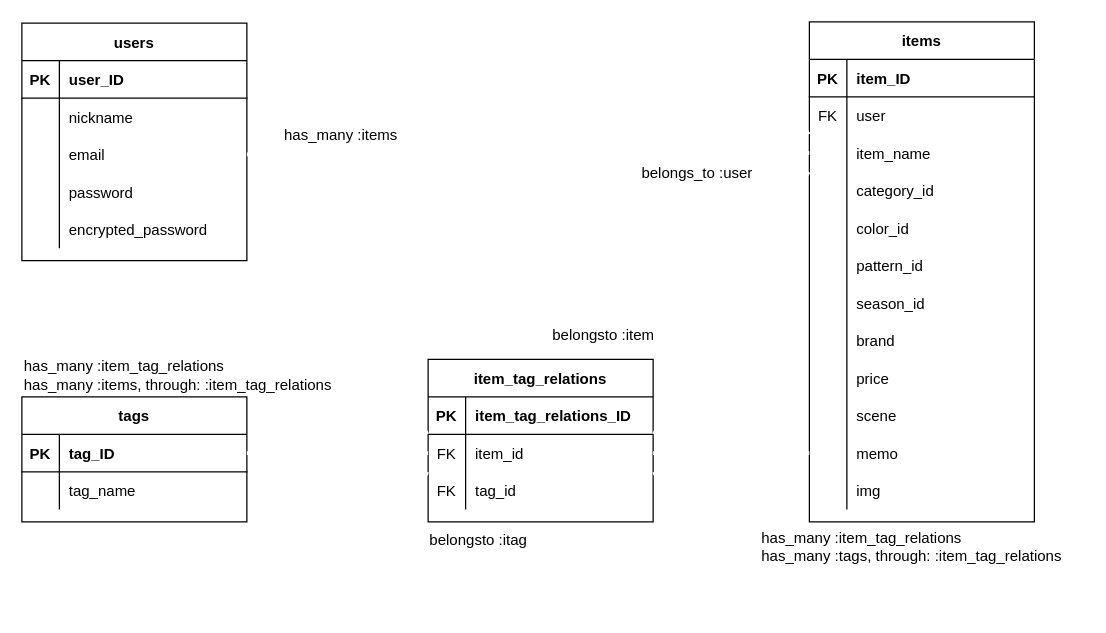
Earlier version of the draw.io diagram er.dio (kogajun/up-clo). Source tidied: cells renumbered, new cells numbered last; positions are measured from the earlier drawing's top-left corner, leaving out a move shared by most shapes. Both pictures are drawn from the tidied source at 125%, with x=0, y=0 at pixel (21, 21).
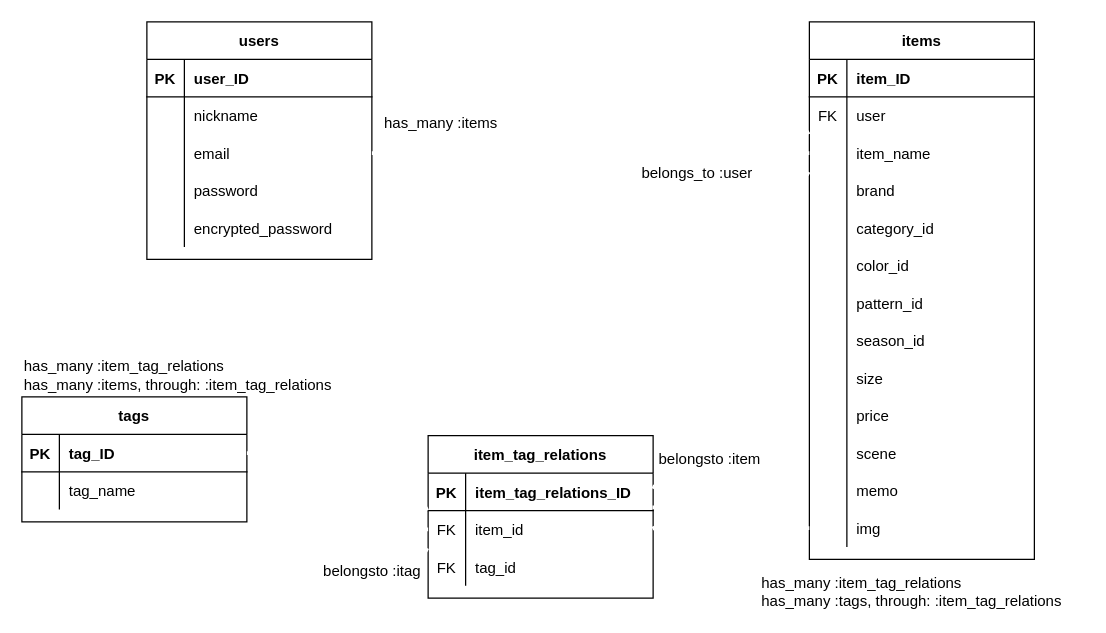
Above is the later version.

Unchanged cells that the change refers to:
```xml
<mxCell id="63" style="shape=partialRectangle;fillColor=none;top=0;left=0;bottom=1;right=0;points=[[0,0.5],[1,0.5]];portConstraint=eastwest;" parent="62" vertex="1">
  <mxGeometry y="30" width="180" height="30" as="geometry" />
</mxCell>
<mxCell id="66" style="shape=partialRectangle;fillColor=none;top=0;left=0;bottom=0;right=0;points=[[0,0.5],[1,0.5]];portConstraint=eastwest;" parent="62" vertex="1">
  <mxGeometry y="60" width="180" height="30" as="geometry" />
</mxCell>
```

What changed in the source:
```diff
@@
     <mxCell id="2" value="users" style="shape=table;startSize=30;childLayout=tableLayout;rowLines=0;fontStyle=1;align=center;" parent="1" vertex="1">
-      <mxGeometry y="1" width="180" height="190" as="geometry" />
+      <mxGeometry x="100" width="180" height="190" as="geometry" />
     </mxCell>
@@
     <mxCell id="18" value="items" style="shape=table;startSize=30;childLayout=tableLayout;rowLines=0;fontStyle=1;align=center;" parent="1" vertex="1">
-      <mxGeometry x="630" width="180" height="400" as="geometry" />
+      <mxGeometry x="630" width="180" height="430" as="geometry" />
     </mxCell>
@@
+    <mxCell id="81" style="shape=partialRectangle;fillColor=none;top=0;left=0;bottom=0;right=0;" parent="18" vertex="1">
+      <mxGeometry y="120" width="180" height="30" as="geometry" />
+    </mxCell>
+    <mxCell id="82" style="shape=partialRectangle;fillColor=none;top=0;left=0;bottom=0;right=0;overflow=hidden;" parent="81" vertex="1">
+      <mxGeometry width="30" height="30" as="geometry" />
+    </mxCell>
+    <mxCell id="83" value="brand" style="shape=partialRectangle;fillColor=none;top=0;left=0;bottom=0;right=0;align=left;spacingLeft=6;overflow=hidden;" parent="81" vertex="1">
+      <mxGeometry x="30" width="150" height="30" as="geometry" />
+    </mxCell>
     <mxCell id="28" style="shape=partialRectangle;fillColor=none;top=0;left=0;bottom=0;right=0;" parent="18" vertex="1">
-      <mxGeometry y="120" width="180" height="30" as="geometry" />
+      <mxGeometry y="150" width="180" height="30" as="geometry" />
     </mxCell>
@@
     <mxCell id="31" style="shape=partialRectangle;fillColor=none;top=0;left=0;bottom=0;right=0;" parent="18" vertex="1">
-      <mxGeometry y="150" width="180" height="30" as="geometry" />
+      <mxGeometry y="180" width="180" height="30" as="geometry" />
     </mxCell>
@@
     <mxCell id="34" style="shape=partialRectangle;fillColor=none;top=0;left=0;bottom=0;right=0;" parent="18" vertex="1">
-      <mxGeometry y="180" width="180" height="30" as="geometry" />
+      <mxGeometry y="210" width="180" height="30" as="geometry" />
     </mxCell>
@@
     <mxCell id="37" style="shape=partialRectangle;fillColor=none;top=0;left=0;bottom=0;right=0;" parent="18" vertex="1">
-      <mxGeometry y="210" width="180" height="30" as="geometry" />
+      <mxGeometry y="240" width="180" height="30" as="geometry" />
     </mxCell>
@@
     <mxCell id="40" style="shape=partialRectangle;fillColor=none;top=0;left=0;bottom=0;right=0;" parent="18" vertex="1">
-      <mxGeometry y="240" width="180" height="30" as="geometry" />
+      <mxGeometry y="270" width="180" height="30" as="geometry" />
     </mxCell>
@@
-    <mxCell id="42" value="brand" style="shape=partialRectangle;fillColor=none;top=0;left=0;bottom=0;right=0;align=left;spacingLeft=6;overflow=hidden;" parent="40" vertex="1">
+    <mxCell id="42" value="size" style="shape=partialRectangle;fillColor=none;top=0;left=0;bottom=0;right=0;align=left;spacingLeft=6;overflow=hidden;" parent="40" vertex="1">
       <mxGeometry x="30" width="150" height="30" as="geometry" />
     </mxCell>
     <mxCell id="43" style="shape=partialRectangle;fillColor=none;top=0;left=0;bottom=0;right=0;" parent="18" vertex="1">
-      <mxGeometry y="270" width="180" height="30" as="geometry" />
+      <mxGeometry y="300" width="180" height="30" as="geometry" />
     </mxCell>
@@
     <mxCell id="46" style="shape=partialRectangle;fillColor=none;top=0;left=0;bottom=0;right=0;" parent="18" vertex="1">
-      <mxGeometry y="300" width="180" height="30" as="geometry" />
+      <mxGeometry y="330" width="180" height="30" as="geometry" />
     </mxCell>
@@
     <mxCell id="49" style="shape=partialRectangle;fillColor=none;top=0;left=0;bottom=0;right=0;points=[[0,0.5],[1,0.5]];portConstraint=eastwest;" parent="18" vertex="1">
-      <mxGeometry y="330" width="180" height="30" as="geometry" />
+      <mxGeometry y="360" width="180" height="30" as="geometry" />
     </mxCell>
@@
     <mxCell id="52" style="shape=partialRectangle;fillColor=none;top=0;left=0;bottom=0;right=0;points=[[0,0.5],[1,0.5]];portConstraint=eastwest;" parent="18" vertex="1">
-      <mxGeometry y="360" width="180" height="30" as="geometry" />
+      <mxGeometry y="390" width="180" height="30" as="geometry" />
     </mxCell>
@@
     <mxCell id="62" value="item_tag_relations" style="shape=table;startSize=30;childLayout=tableLayout;rowLines=0;fontStyle=1;align=center;rounded=0;sketch=0;" parent="1" vertex="1">
-      <mxGeometry x="325" y="270" width="180" height="130" as="geometry" />
+      <mxGeometry x="325" y="331" width="180" height="130" as="geometry" />
     </mxCell>
@@
-    <mxCell id="74" style="edgeStyle=entityRelationEdgeStyle;fontSize=12;html=1;endArrow=ERone;strokeWidth=3;targetPerimeterSpacing=0;strokeColor=#FFFFFF;endSize=30;startSize=30;startArrow=ERmany;startFill=0;endFill=0;entryX=0;entryY=0.5;entryDx=0;entryDy=0;" parent="1" edge="1" source="66" target="49">
+    <mxCell id="74" style="edgeStyle=entityRelationEdgeStyle;fontSize=12;html=1;endArrow=ERone;strokeWidth=3;targetPerimeterSpacing=0;strokeColor=#FFFFFF;endSize=30;startSize=30;startArrow=ERmany;startFill=0;endFill=0;entryX=0;entryY=0.5;entryDx=0;entryDy=0;exitX=0.997;exitY=0.916;exitDx=0;exitDy=0;exitPerimeter=0;" parent="1" edge="1" source="63" target="52">
       <mxGeometry relative="1" as="geometry" />
     </mxCell>
     <mxCell id="75" value="has_many :items" style="text;html=1;align=center;verticalAlign=middle;strokeColor=none;rotation=0;" parent="1" vertex="1">
-      <mxGeometry x="200" y="81" width="110" height="20" as="geometry" />
+      <mxGeometry x="280" y="71" width="110" height="20" as="geometry" />
     </mxCell>
@@
     <mxCell id="77" value="has_many :item_tag_relations&lt;br&gt;&lt;div&gt;&lt;span&gt;has_many :tags, through: :item_tag_relations&lt;/span&gt;&lt;/div&gt;" style="text;html=1;align=left;verticalAlign=middle;strokeColor=none;" parent="1" vertex="1">
-      <mxGeometry x="590" y="405" width="260" height="30" as="geometry" />
+      <mxGeometry x="590" y="441" width="260" height="30" as="geometry" />
     </mxCell>
     <mxCell id="78" value="belongsto :item" style="text;html=1;align=center;verticalAlign=middle;strokeColor=none;" parent="1" vertex="1">
-      <mxGeometry x="415" y="241" width="100" height="20" as="geometry" />
+      <mxGeometry x="500" y="340" width="100" height="20" as="geometry" />
     </mxCell>
@@
     <mxCell id="80" value="belongsto :itag" style="text;html=1;align=center;verticalAlign=middle;strokeColor=none;" parent="1" vertex="1">
-      <mxGeometry x="320" y="405" width="90" height="20" as="geometry" />
+      <mxGeometry x="235" y="430" width="90" height="20" as="geometry" />
     </mxCell>
```
